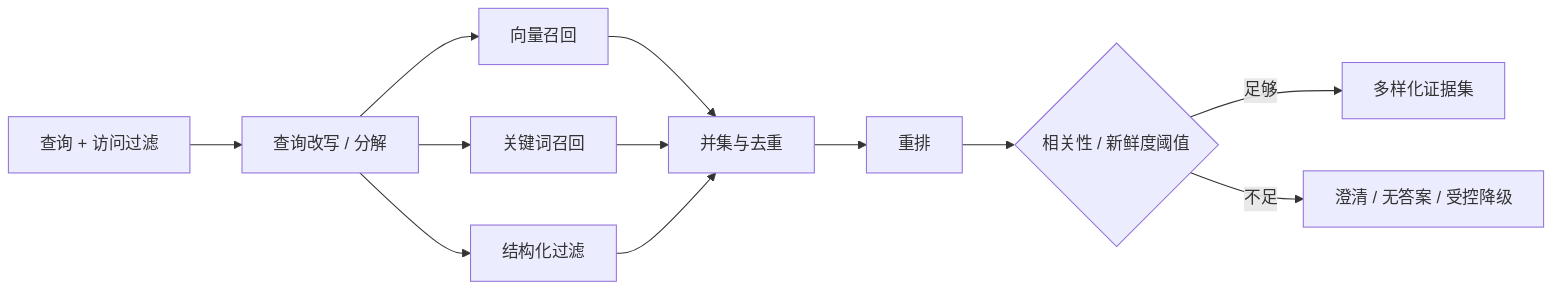
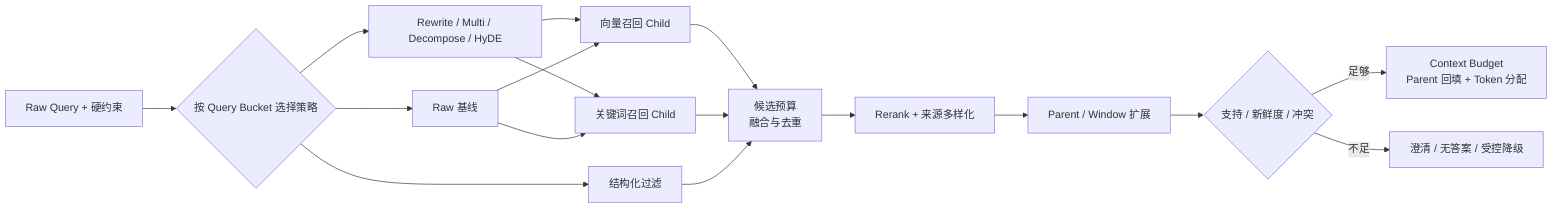
flowchart LR
-     Q[查询 + 访问过滤] --> X[查询改写 / 分解]
-     X --> V[向量召回]
-     X --> B[关键词召回]
+     Q[Raw Query + 硬约束] --> X{按 Query Bucket 选择策略}
+     X --> RW[Rewrite / Multi / Decompose / HyDE]
+     X --> RAW[Raw 基线]
+     RW --> V[向量召回 Child]
+     RAW --> V
+     RW --> B[关键词召回 Child]
+     RAW --> B
    X --> S[结构化过滤]
-     V --> U[并集与去重]
+     V --> U[候选预算<br/>融合与去重]
    B --> U
    S --> U
-     U --> R[重排]
-     R --> T{相关性 / 新鲜度阈值}
-     T -- 足够 --> C[多样化证据集]
+     U --> R[Rerank + 来源多样化]
+     R --> P[Parent / Window 扩展]
+     P --> T{支持 / 新鲜度 / 冲突}
+     T -- 足够 --> C[Context Budget<br/>Parent 回填 + Token 分配]
    T -- 不足 --> F[澄清 / 无答案 / 受控降级]
